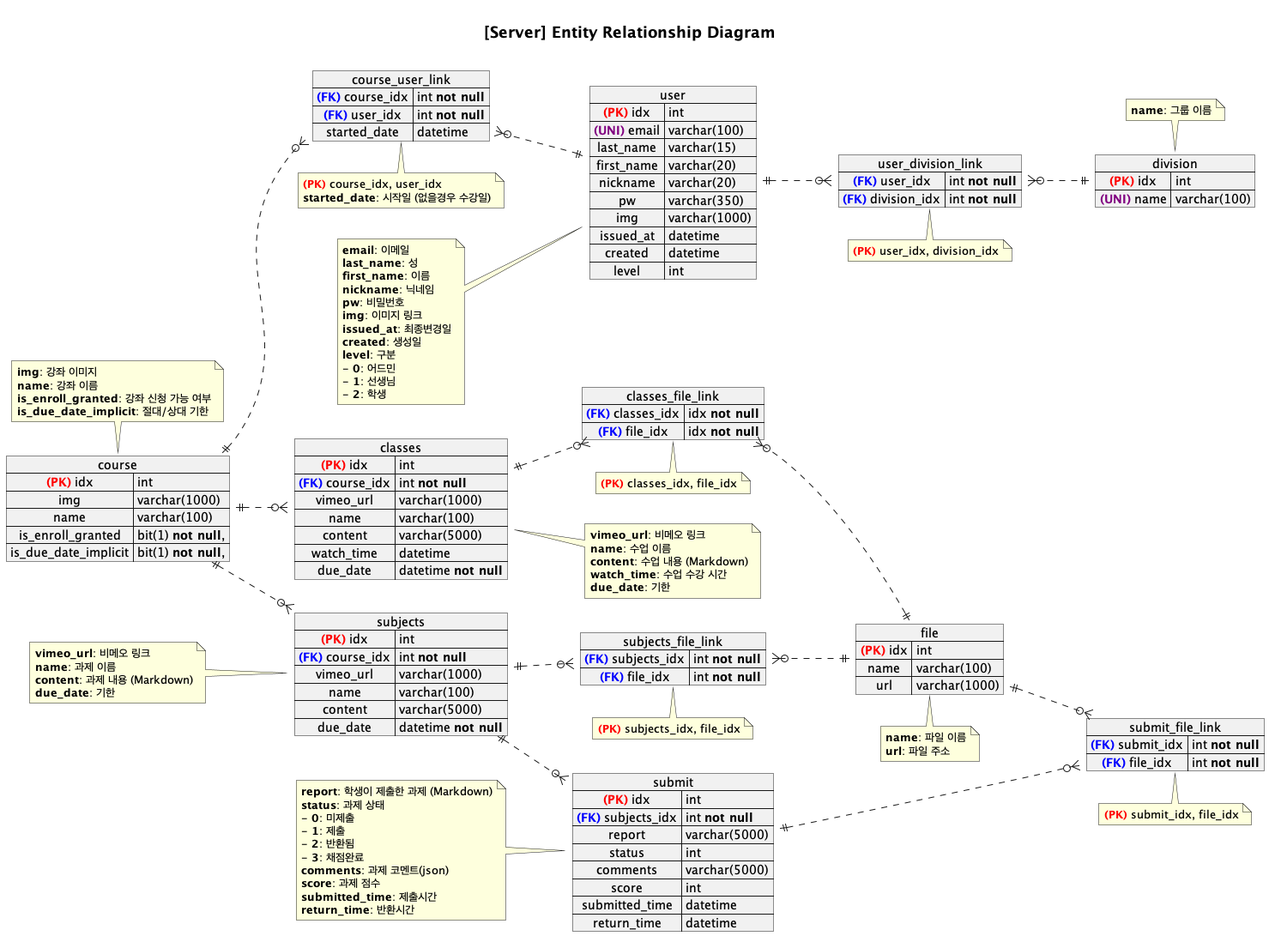
Earlier version of the PlantUML export design/erd.png (DokySp/project-emt).
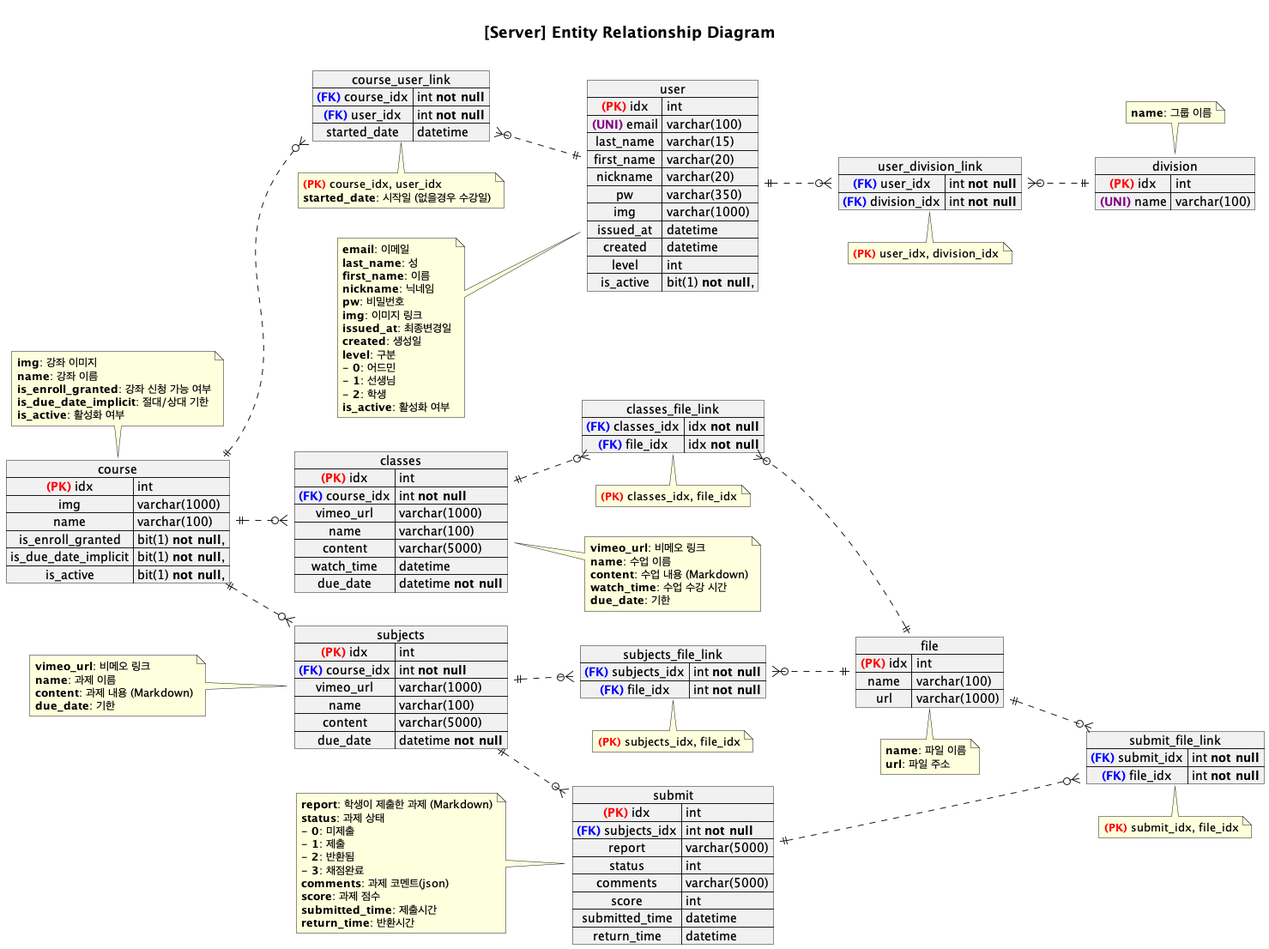
After the commit.

Commit message:
[BE] #4-2 ERD 수정; course, user active 추가

The edit, as a diff of the source:
```diff
@@ -14,8 +14,9 @@
     name => varchar(100)
     is_enroll_granted => bit(1) **not null**,
     is_due_date_implicit => bit(1) **not null**,
+    is_active => bit(1) **not null**,
 }
-note top: **img**: 강좌 이미지\n**name**: 강좌 이름\n**is_enroll_granted**: 강좌 신청 가능 여부\n**is_due_date_implicit**: 절대/상대 기한
+note top: **img**: 강좌 이미지\n**name**: 강좌 이름\n**is_enroll_granted**: 강좌 신청 가능 여부\n**is_due_date_implicit**: 절대/상대 기한\n**is_active**: 활성화 여부
 
 map classes {
   <color:red>**(PK)**</color> idx => int
@@ -75,8 +76,9 @@
   issued_at => datetime
   created => datetime
   level => int
+  is_active => bit(1) **not null**,
 }
-note left: **email**: 이메일\n**last_name**: 성\n**first_name**: 이름\n**nickname**: 닉네임\n**pw**: 비밀번호\n**img**: 이미지 링크\n**issued_at**: 최종변경일\n**created**: 생성일\n**level**: 구분\n- **0**: 어드민\n- **1**: 선생님\n- **2**: 학생
+note left: **email**: 이메일\n**last_name**: 성\n**first_name**: 이름\n**nickname**: 닉네임\n**pw**: 비밀번호\n**img**: 이미지 링크\n**issued_at**: 최종변경일\n**created**: 생성일\n**level**: 구분\n- **0**: 어드민\n- **1**: 선생님\n- **2**: 학생\n**is_active**: 활성화 여부
 
 
 
```
